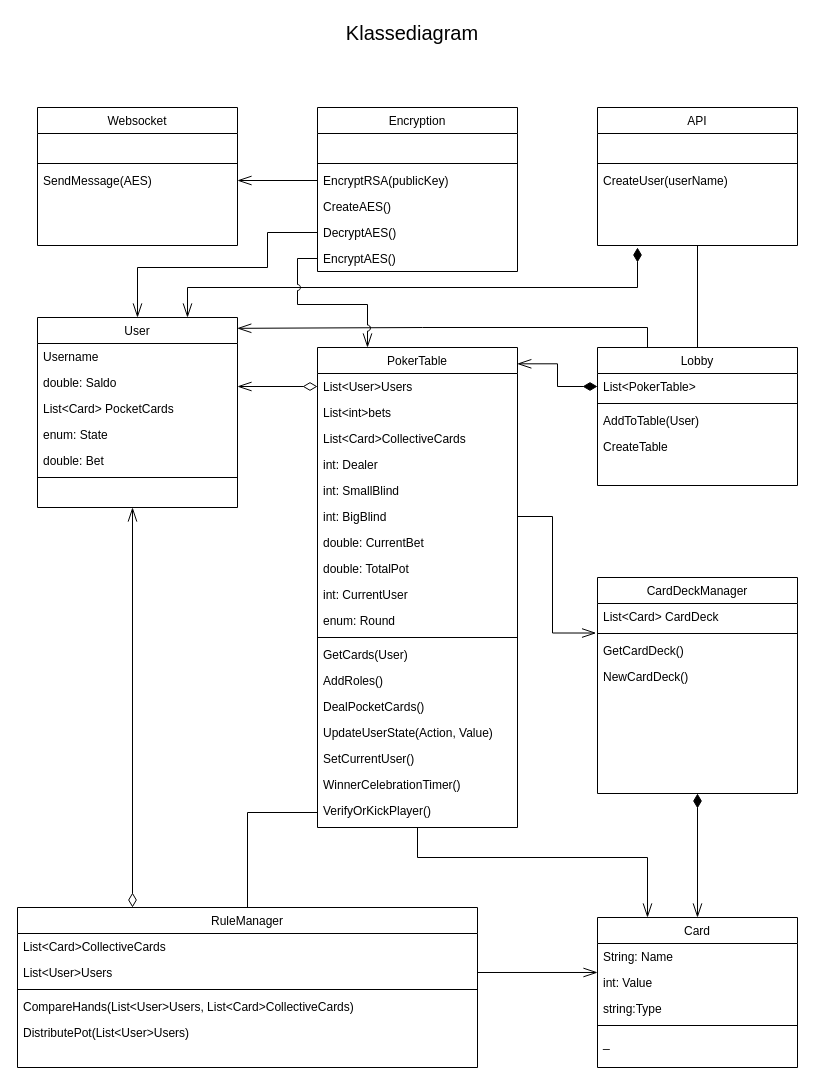
AndreasBollNielsen/PinkLadiesPoker_GameEngine keeps this draw.io diagram as Dokumentation/Klasse Diagram.drawio. Above is the earlier version. Source tidied: cells renumbered, new cells numbered last; positions are measured from the earlier drawing's top-left corner, leaving out a move shared by most shapes. Both pictures are drawn from the tidied source at 100%, with x=0, y=0 at pixel (17, 17).
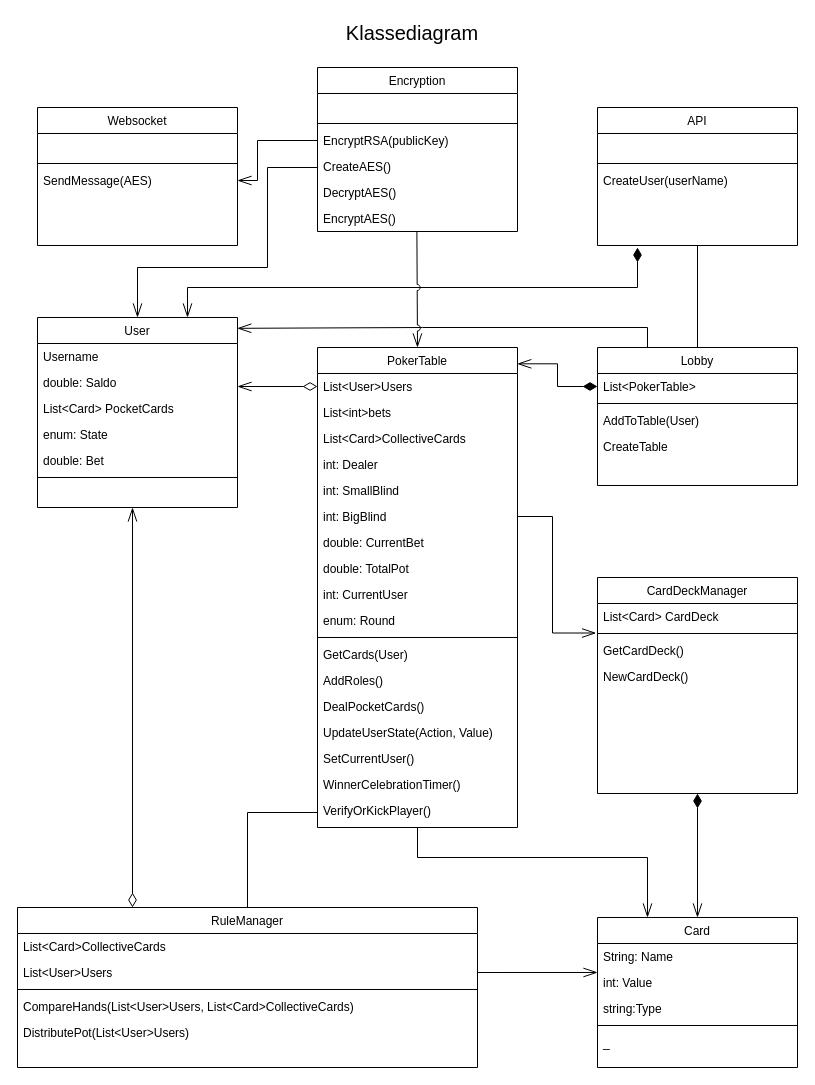
The same page after the edit.

Unchanged cells that the change refers to:
```xml
<mxCell id="11" value="EncryptRSA(publicKey)" style="text;align=left;verticalAlign=top;spacingLeft=4;spacingRight=4;overflow=hidden;points=[[0,0.5],[1,0.5]];portConstraint=eastwest;" parent="8" vertex="1">
  <mxGeometry y="60" width="200" height="26" as="geometry" />
</mxCell>
<mxCell id="13" value="DecryptAES()" style="text;align=left;verticalAlign=top;spacingLeft=4;spacingRight=4;overflow=hidden;points=[[0,0.5],[1,0.5]];portConstraint=eastwest;" parent="8" vertex="1">
  <mxGeometry y="112" width="200" height="26" as="geometry" />
</mxCell>
<mxCell id="14" value="EncryptAES()" style="text;align=left;verticalAlign=top;spacingLeft=4;spacingRight=4;overflow=hidden;points=[[0,0.5],[1,0.5]];portConstraint=eastwest;" parent="8" vertex="1">
  <mxGeometry y="138" width="200" height="26" as="geometry" />
</mxCell>
<mxCell id="33" value="PokerTable" style="swimlane;fontStyle=0;align=center;verticalAlign=top;horizontal=1;startSize=26;rounded=0;shadow=0;strokeWidth=1;" parent="1" vertex="1">
  <mxGeometry x="300" y="330" width="200" height="480" as="geometry" />
</mxCell>
<mxCell id="59" value="User" style="swimlane;fontStyle=0;align=center;verticalAlign=top;horizontal=1;startSize=26;rounded=0;shadow=0;strokeWidth=1;" parent="1" vertex="1">
  <mxGeometry x="20" y="300" width="200" height="190" as="geometry" />
</mxCell>
```

What changed in the source:
```diff
@@
     <mxCell id="8" value="Encryption" style="swimlane;fontStyle=0;align=center;verticalAlign=top;horizontal=1;startSize=26;rounded=0;shadow=0;strokeWidth=1;" parent="1" vertex="1">
-      <mxGeometry x="300" y="90" width="200" height="164" as="geometry" />
+      <mxGeometry x="300" y="50" width="200" height="164" as="geometry" />
     </mxCell>
@@
-    <mxCell id="28" style="edgeStyle=orthogonalEdgeStyle;rounded=0;jettySize=auto;html=1;entryX=0.75;entryY=0;entryDx=0;entryDy=0;startArrow=diamondThin;startFill=1;endArrow=openThin;endFill=0;startSize=12;endSize=12;sourcePerimeterSpacing=12;targetPerimeterSpacing=12;" parent="1" edge="1" target="59">
+    <mxCell id="28" style="edgeStyle=orthogonalEdgeStyle;rounded=0;jettySize=auto;html=1;entryX=0.75;entryY=0;entryDx=0;entryDy=0;startArrow=diamondThin;startFill=1;endArrow=openThin;endFill=0;startSize=12;endSize=12;sourcePerimeterSpacing=12;targetPerimeterSpacing=12;jumpStyle=arc;" parent="1" edge="1" target="59">
       <mxGeometry relative="1" as="geometry">
         <mxPoint x="620" y="230" as="sourcePoint" />
         <Array as="points">
           <mxPoint x="620" y="270" />
           <mxPoint x="170" y="270" />
         </Array>
       </mxGeometry>
     </mxCell>
@@
     <mxCell id="74" style="edgeStyle=orthogonalEdgeStyle;rounded=0;jettySize=auto;html=1;entryX=1;entryY=0.5;entryDx=0;entryDy=0;startArrow=none;startFill=0;endArrow=openThin;endFill=0;startSize=12;endSize=12;sourcePerimeterSpacing=12;targetPerimeterSpacing=12;exitX=0;exitY=0.5;exitDx=0;exitDy=0;" parent="1" edge="1" source="11">
       <mxGeometry relative="1" as="geometry">
         <mxPoint x="220" y="163" as="targetPoint" />
+        <Array as="points">
+          <mxPoint x="240" y="123" />
+          <mxPoint x="240" y="163" />
+        </Array>
       </mxGeometry>
     </mxCell>
@@
-    <mxCell id="78" style="edgeStyle=orthogonalEdgeStyle;rounded=0;jettySize=auto;html=1;entryX=0.25;entryY=0;entryDx=0;entryDy=0;startArrow=none;startFill=0;endArrow=openThin;endFill=0;startSize=12;endSize=12;sourcePerimeterSpacing=12;targetPerimeterSpacing=12;exitX=0;exitY=0.5;exitDx=0;exitDy=0;jumpStyle=arc;" parent="1" edge="1" source="14" target="33">
-      <mxGeometry relative="1" as="geometry" />
+    <mxCell id="78" style="edgeStyle=orthogonalEdgeStyle;rounded=0;jettySize=auto;html=1;startArrow=none;startFill=0;endArrow=openThin;endFill=0;startSize=12;endSize=12;sourcePerimeterSpacing=12;targetPerimeterSpacing=12;jumpStyle=arc;entryX=0.5;entryY=0;entryDx=0;entryDy=0;exitX=0.497;exitY=1.013;exitDx=0;exitDy=0;exitPerimeter=0;" parent="1" edge="1" source="14" target="33">
+      <mxGeometry relative="1" as="geometry">
+        <Array as="points">
+          <mxPoint x="399" y="240" />
+          <mxPoint x="400" y="240" />
+        </Array>
+      </mxGeometry>
     </mxCell>
-    <mxCell id="79" style="edgeStyle=orthogonalEdgeStyle;rounded=0;jettySize=auto;html=1;exitX=0;exitY=0.5;exitDx=0;exitDy=0;entryX=0.5;entryY=0;entryDx=0;entryDy=0;startArrow=none;startFill=0;endArrow=openThin;endFill=0;startSize=12;endSize=12;sourcePerimeterSpacing=12;targetPerimeterSpacing=12;" parent="1" edge="1" source="13" target="59">
+    <mxCell id="79" style="edgeStyle=orthogonalEdgeStyle;rounded=0;jettySize=auto;html=1;entryX=0.5;entryY=0;entryDx=0;entryDy=0;startArrow=none;startFill=0;endArrow=openThin;endFill=0;startSize=12;endSize=12;sourcePerimeterSpacing=12;targetPerimeterSpacing=12;" parent="1" edge="1" target="59">
       <mxGeometry relative="1" as="geometry">
+        <mxPoint x="300" y="150" as="sourcePoint" />
         <Array as="points">
-          <mxPoint x="250" y="215" />
+          <mxPoint x="300" y="150" />
+          <mxPoint x="250" y="150" />
           <mxPoint x="250" y="250" />
           <mxPoint x="120" y="250" />
         </Array>
       </mxGeometry>
     </mxCell>
```
